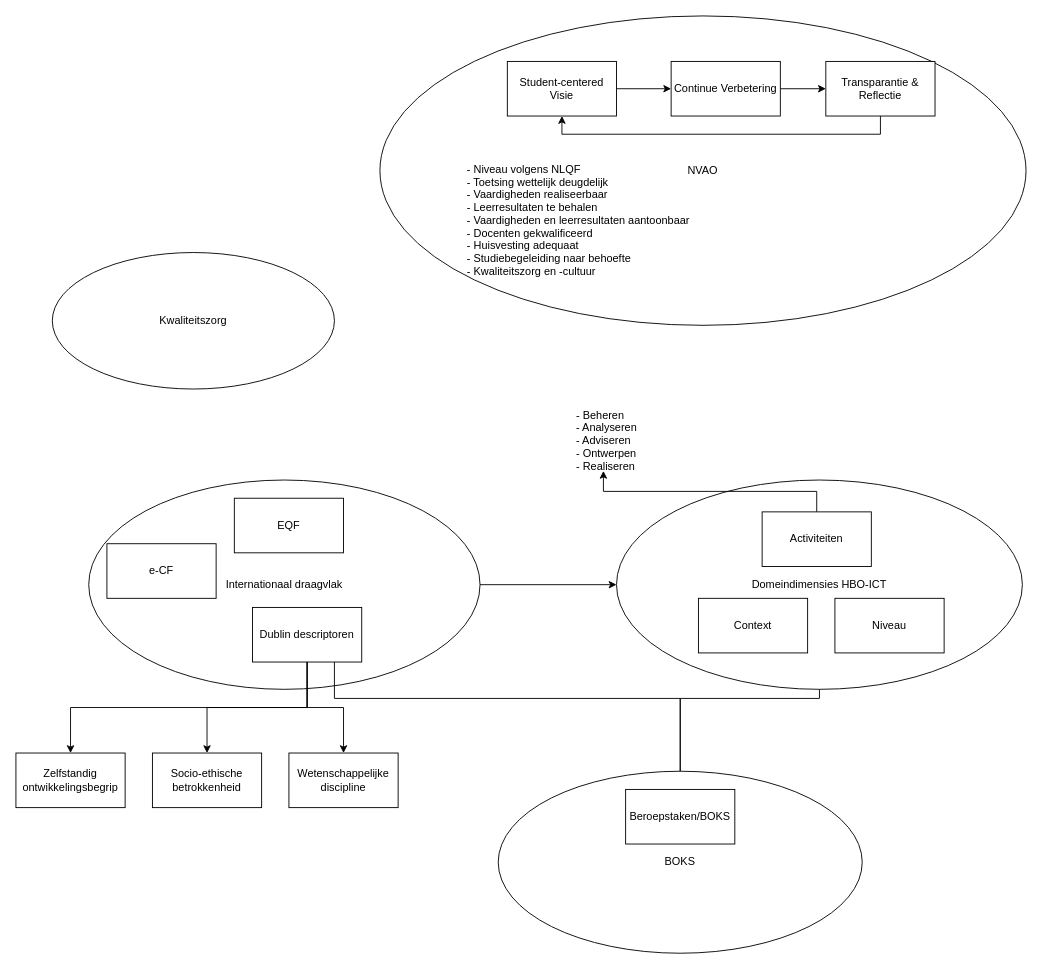
The draw.io diagram BDB.drawio in wieberinsma/bdb-drawio, before the edit. Source tidied: cells renumbered, new cells numbered last; positions are measured from the earlier drawing's top-left corner, leaving out a move shared by most shapes. Both pictures are drawn from the tidied source at 91%, with x=0, y=0 at pixel (15, 15).
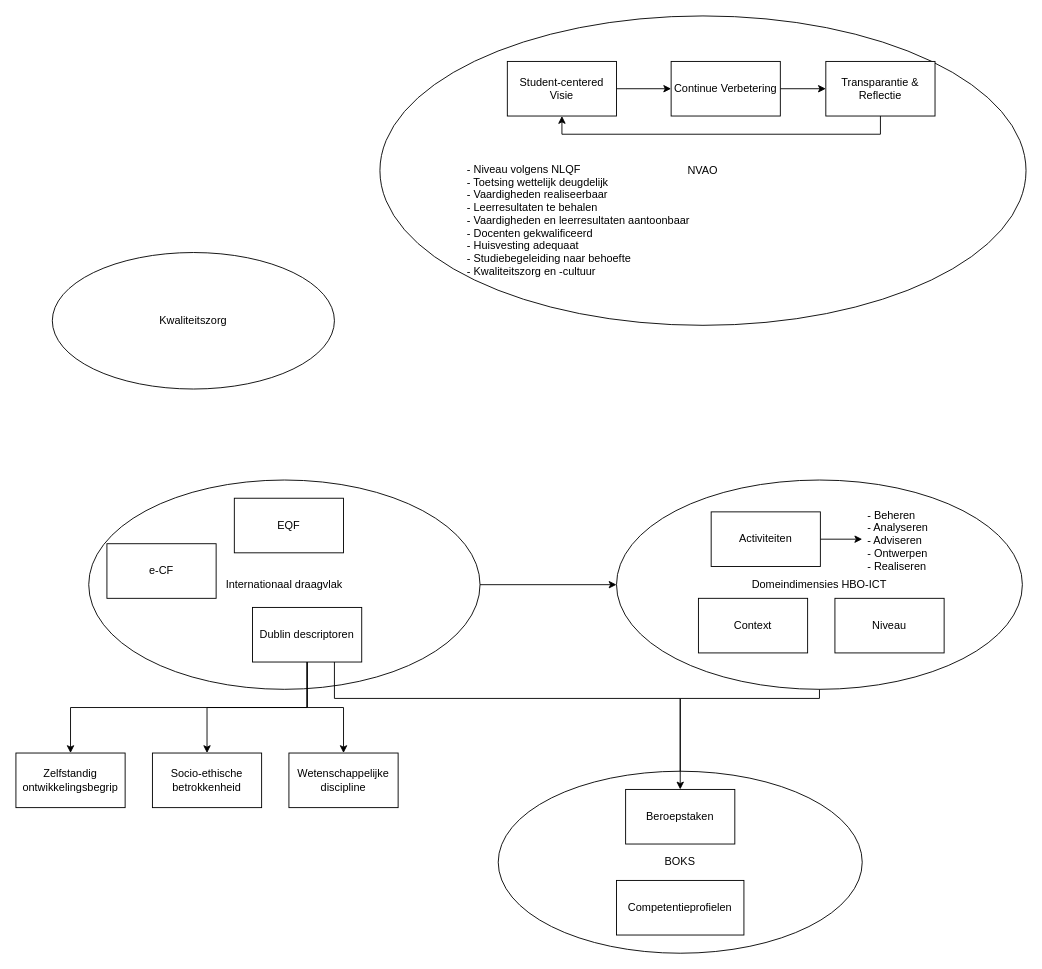
After the change.

The change refers to these unchanged cells:
```xml
<mxCell id="24" value="&lt;div&gt;Domeindimensies HBO-ICT&lt;/div&gt;" style="ellipse;whiteSpace=wrap;html=1;" parent="1" vertex="1">
  <mxGeometry x="660" y="510" width="446" height="230" as="geometry" />
</mxCell>
```

What changed in the source:
```diff
@@
-    <mxCell id="23" style="edgeStyle=orthogonalEdgeStyle;rounded=0;jettySize=auto;html=1;" parent="1" edge="1" source="24" target="31">
-      <mxGeometry relative="1" as="geometry">
-        <Array as="points">
-          <mxPoint x="883" y="750" />
-          <mxPoint x="730" y="750" />
-        </Array>
-      </mxGeometry>
-    </mxCell>
@@
-    <mxCell id="25" style="edgeStyle=orthogonalEdgeStyle;rounded=0;jettySize=auto;html=1;exitX=0.5;exitY=0;exitDx=0;exitDy=0;entryX=0.445;entryY=1;entryDx=0;entryDy=0;entryPerimeter=0;" parent="1" edge="1" source="26" target="29">
+    <mxCell id="25" style="edgeStyle=orthogonalEdgeStyle;rounded=0;jettySize=auto;html=1;exitX=1;exitY=0.5;exitDx=0;exitDy=0;" parent="1" edge="1" source="26" target="29">
       <mxGeometry relative="1" as="geometry" />
     </mxCell>
     <mxCell id="26" value="Activiteiten" style="rounded=0;whiteSpace=wrap;html=1;" parent="1" vertex="1">
-      <mxGeometry x="820" y="545" width="120" height="60" as="geometry" />
+      <mxGeometry x="764" y="545" width="120" height="60" as="geometry" />
     </mxCell>
+    <mxCell id="30" value="&lt;div&gt;BOKS&lt;/div&gt;" style="ellipse;whiteSpace=wrap;html=1;" parent="1" vertex="1">
+      <mxGeometry x="530" y="830" width="400" height="200" as="geometry" />
+    </mxCell>
@@
+    <mxCell id="23" style="edgeStyle=orthogonalEdgeStyle;rounded=0;jettySize=auto;html=1;" parent="1" edge="1" source="24" target="31">
+      <mxGeometry relative="1" as="geometry">
+        <Array as="points">
+          <mxPoint x="883" y="750" />
+          <mxPoint x="730" y="750" />
+        </Array>
+      </mxGeometry>
+    </mxCell>
@@
     <mxCell id="29" value="- Beheren&#10;- Analyseren&#10;- Adviseren&#10;- Ontwerpen&#10;- Realiseren&#10;" style="text;strokeColor=none;fillColor=none;align=left;verticalAlign=middle;spacingLeft=4;spacingRight=4;overflow=hidden;points=[[0,0.5],[1,0.5]];portConstraint=eastwest;" parent="1" vertex="1">
-      <mxGeometry x="610" y="430" width="80" height="70" as="geometry" />
+      <mxGeometry x="930" y="540" width="80" height="70" as="geometry" />
     </mxCell>
-    <mxCell id="30" value="&lt;div&gt;BOKS&lt;/div&gt;" style="ellipse;whiteSpace=wrap;html=1;" parent="1" vertex="1">
-      <mxGeometry x="530" y="830" width="400" height="200" as="geometry" />
-    </mxCell>
-    <mxCell id="31" value="Beroepstaken/BOKS" style="whiteSpace=wrap;html=1;" parent="1" vertex="1">
+    <mxCell id="31" value="Beroepstaken" style="whiteSpace=wrap;html=1;" parent="1" vertex="1">
       <mxGeometry x="670" y="850" width="120" height="60" as="geometry" />
     </mxCell>
+    <mxCell id="32" value="Competentieprofielen" style="rounded=0;whiteSpace=wrap;html=1;" parent="1" vertex="1">
+      <mxGeometry x="660" y="950" width="140" height="60" as="geometry" />
+    </mxCell>
```
